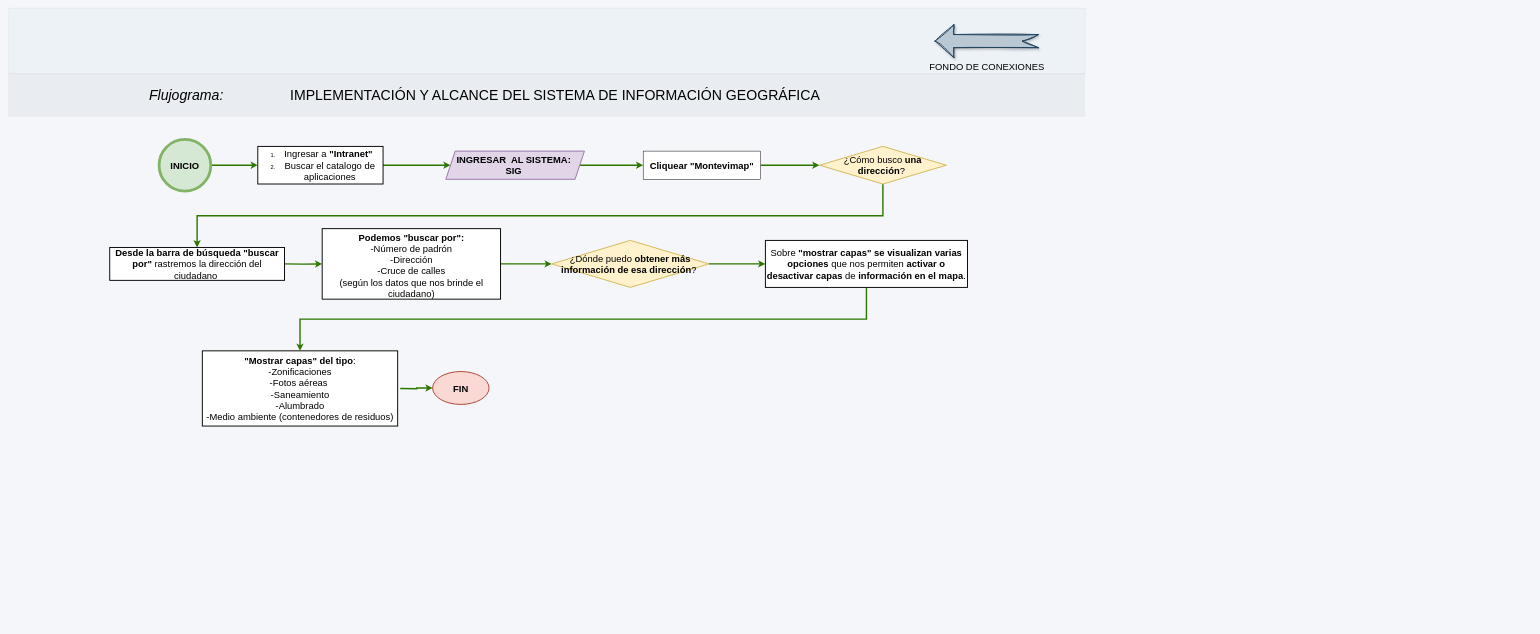
Earlier version of the draw.io diagram page "SIG" (2 of 2) of SANEAMIENTO/SANEAMIENTO.drawio (adlc20/Manual_de_procedimientos_ccz9). Source tidied: cells renumbered, new cells numbered last; positions are measured from the earlier drawing's top-left corner, leaving out a move shared by most shapes. Both pictures are drawn from the tidied source at 47%, with x=0, y=0 at pixel (8, 8).
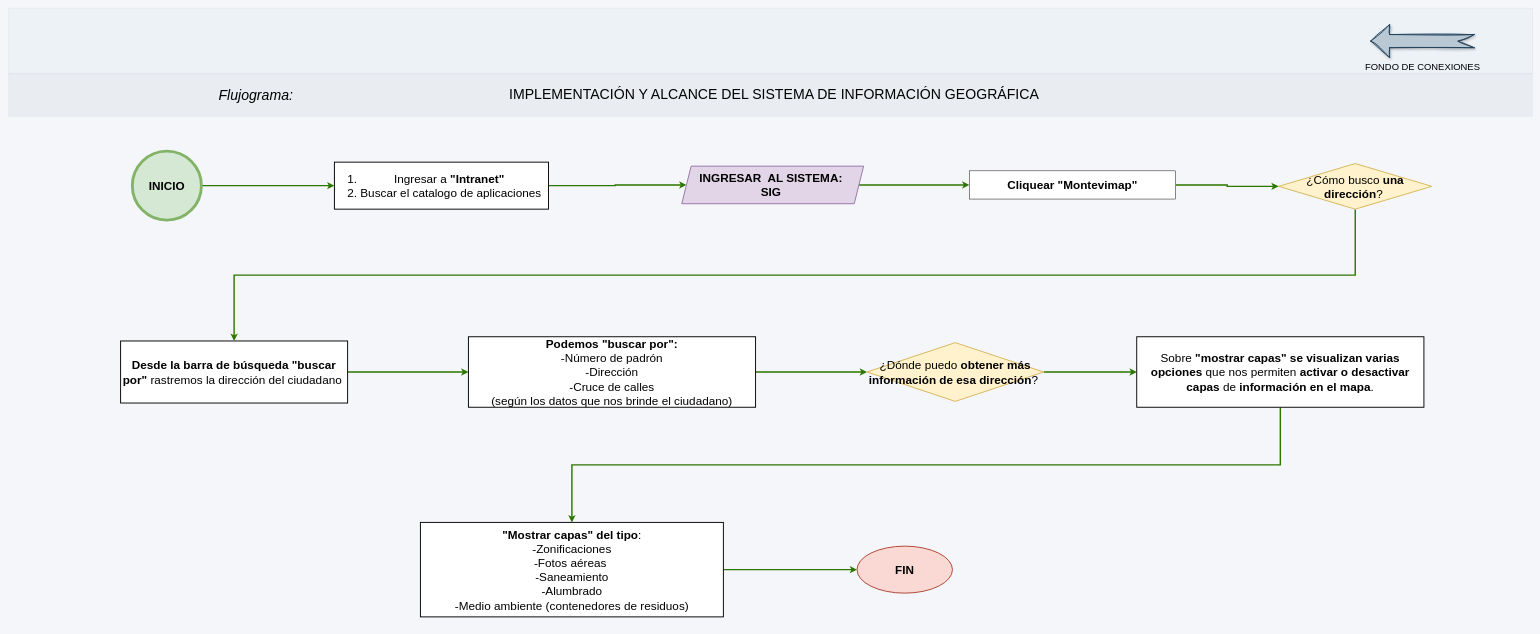
The same diagram, later.

What changed in the source:
```diff
@@
     <mxCell id="2" style="verticalLabelPosition=bottom;verticalAlign=middle;html=1;shape=mxgraph.basic.patternFillRect;step=5;fillStrokeWidth=0.2;fillStrokeColor=#dddddd;fillColor=#EDF2F7;strokeWidth=0;dashed=1;dashPattern=1 4;rounded=1;align=center;fontFamily=Helvetica;fontSize=12;fontColor=#2D3748;" parent="1" vertex="1">
-      <mxGeometry x="1" width="2290" height="140" as="geometry" />
+      <mxGeometry x="1" width="3242" height="140" as="geometry" />
     </mxCell>
     <mxCell id="3" style="verticalLabelPosition=bottom;verticalAlign=top;html=1;shape=mxgraph.basic.patternFillRect;fillStyle=auto;step=5;fillStrokeWidth=0.2;fillStrokeColor=#dddddd;fillColor=#E0E5EB;strokeWidth=0;strokeColor=default;opacity=50;fontColor=#ffffff;shadow=0;comic=0;align=center;fontFamily=Helvetica;fontSize=12;gradientColor=none;" parent="1" vertex="1">
-      <mxGeometry y="139" width="2290" height="91" as="geometry" />
+      <mxGeometry y="139" width="3243" height="91" as="geometry" />
     </mxCell>
     <mxCell id="4" value="&lt;i style=&quot;font-size: 30px;&quot;&gt;Flujograma:&lt;/i&gt;" style="text;html=1;whiteSpace=wrap;strokeColor=none;fillColor=none;align=center;verticalAlign=middle;rounded=0;" parent="1" vertex="1">
-      <mxGeometry x="219" y="169.5" width="320" height="30" as="geometry" />
+      <mxGeometry x="367" y="169.5" width="320" height="30" as="geometry" />
     </mxCell>
     <mxCell id="5" value="&lt;h4&gt;&lt;font style=&quot;font-size: 30px; font-weight: normal;&quot; face=&quot;Helvetica&quot;&gt;&amp;nbsp;IMPLEMENTACIÓN Y ALCANCE DEL SISTEMA DE INFORMACIÓN GEOGRÁFICA&lt;/font&gt;&lt;/h4&gt;" style="text;html=1;whiteSpace=wrap;strokeColor=none;fillColor=none;align=center;verticalAlign=middle;rounded=0;" parent="1" vertex="1">
-      <mxGeometry x="577" y="161" width="1165.1" height="47" as="geometry" />
+      <mxGeometry x="1043" y="158.5" width="1165.1" height="47" as="geometry" />
     </mxCell>
-    <mxCell id="6" style="edgeStyle=orthogonalEdgeStyle;rounded=0;jettySize=auto;html=1;exitX=1;exitY=0.5;exitDx=0;exitDy=0;entryX=0;entryY=0.5;entryDx=0;entryDy=0;fillColor=#60a917;strokeColor=#2D7600;strokeWidth=3;" parent="1" edge="1" source="7" target="15">
+    <mxCell id="6" style="edgeStyle=orthogonalEdgeStyle;rounded=0;jettySize=auto;html=1;exitX=1;exitY=0.5;exitDx=0;exitDy=0;entryX=0;entryY=0.5;entryDx=0;entryDy=0;fillColor=#60a917;strokeColor=#2D7600;strokeWidth=3;fontSize=25;" parent="1" edge="1" source="7" target="15">
       <mxGeometry relative="1" as="geometry" />
     </mxCell>
-    <mxCell id="7" value="&lt;font style=&quot;font-size: 20px;&quot;&gt;&lt;b&gt;Cliquear &quot;Montevimap&quot;&lt;/b&gt;&lt;/font&gt;" style="rounded=0;whiteSpace=wrap;html=1;" parent="1" vertex="1">
-      <mxGeometry x="1351" y="304" width="250" height="60" as="geometry" />
+    <mxCell id="7" value="&lt;font&gt;&lt;b&gt;Cliquear &quot;Montevimap&quot;&lt;/b&gt;&lt;/font&gt;" style="rounded=0;whiteSpace=wrap;html=1;fontSize=25;" parent="1" vertex="1">
+      <mxGeometry x="2045" y="346" width="439" height="60" as="geometry" />
     </mxCell>
-    <mxCell id="8" style="edgeStyle=orthogonalEdgeStyle;rounded=0;jettySize=auto;html=1;exitX=1;exitY=0.5;exitDx=0;exitDy=0;entryX=0;entryY=0.5;entryDx=0;entryDy=0;fillColor=#60a917;strokeColor=#2D7600;strokeWidth=3;" parent="1" edge="1" source="9" target="24">
+    <mxCell id="8" style="edgeStyle=orthogonalEdgeStyle;rounded=0;jettySize=auto;html=1;exitX=1;exitY=0.5;exitDx=0;exitDy=0;entryX=0;entryY=0.5;entryDx=0;entryDy=0;fillColor=#60a917;strokeColor=#2D7600;strokeWidth=3;fontSize=25;" parent="1" edge="1" source="9" target="24">
       <mxGeometry relative="1" as="geometry" />
     </mxCell>
-    <mxCell id="9" value="&lt;ol&gt;&lt;li&gt;&lt;font style=&quot;font-size: 20px;&quot;&gt;Ingresar a &lt;b&gt;&quot;Intranet&quot;&lt;/b&gt;&amp;nbsp;&lt;/font&gt;&lt;/li&gt;&lt;li&gt;&lt;font style=&quot;font-size: 20px;&quot;&gt;Buscar el catalogo de aplicaciones&lt;/font&gt;&lt;/li&gt;&lt;/ol&gt;" style="rounded=0;whiteSpace=wrap;html=1;strokeWidth=2;" parent="1" vertex="1">
-      <mxGeometry x="531" y="294" width="266.5" height="80" as="geometry" />
+    <mxCell id="9" value="&lt;ol&gt;&lt;li&gt;&lt;font&gt;Ingresar a &lt;b&gt;&quot;Intranet&quot;&lt;/b&gt;&amp;nbsp;&lt;/font&gt;&lt;/li&gt;&lt;li&gt;&lt;font&gt;Buscar el catalogo de aplicaciones&lt;/font&gt;&lt;/li&gt;&lt;/ol&gt;" style="rounded=0;whiteSpace=wrap;html=1;strokeWidth=2;fontSize=25;" parent="1" vertex="1">
+      <mxGeometry x="694" y="327.5" width="455.5" height="100" as="geometry" />
     </mxCell>
-    <mxCell id="10" style="edgeStyle=orthogonalEdgeStyle;rounded=0;jettySize=auto;html=1;entryX=0;entryY=0.5;entryDx=0;entryDy=0;fillColor=#60a917;strokeColor=#2D7600;strokeWidth=3;" parent="1" edge="1" target="13">
-      <mxGeometry relative="1" as="geometry">
-        <mxPoint x="586" y="544" as="sourcePoint" />
-      </mxGeometry>
+    <mxCell id="10" style="edgeStyle=orthogonalEdgeStyle;rounded=0;jettySize=auto;html=1;entryX=0;entryY=0.5;entryDx=0;entryDy=0;fillColor=#60a917;strokeColor=#2D7600;strokeWidth=3;fontSize=25;" parent="1" edge="1" source="11" target="13">
+      <mxGeometry relative="1" as="geometry" />
     </mxCell>
-    <mxCell id="11" value="&lt;font style=&quot;font-size: 20px;&quot;&gt;&lt;b&gt;Desde la barra&lt;/b&gt; &lt;b&gt;de búsqueda &quot;buscar por&quot;&lt;/b&gt; rastremos la dirección del ciudadano&amp;nbsp;&lt;/font&gt;" style="rounded=0;whiteSpace=wrap;html=1;strokeWidth=2;" parent="1" vertex="1">
-      <mxGeometry x="216" y="509" width="371.8" height="70" as="geometry" />
+    <mxCell id="11" value="&lt;font&gt;&lt;b&gt;Desde la barra&lt;/b&gt; &lt;b&gt;de búsqueda &quot;buscar por&quot;&lt;/b&gt; rastremos la dirección del ciudadano&amp;nbsp;&lt;/font&gt;" style="rounded=0;whiteSpace=wrap;html=1;strokeWidth=2;fontSize=25;" parent="1" vertex="1">
+      <mxGeometry x="239.1" y="708" width="483" height="132" as="geometry" />
     </mxCell>
-    <mxCell id="12" style="edgeStyle=orthogonalEdgeStyle;rounded=0;jettySize=auto;html=1;exitX=1;exitY=0.5;exitDx=0;exitDy=0;fillColor=#60a917;strokeColor=#2D7600;strokeWidth=3;entryX=0;entryY=0.5;entryDx=0;entryDy=0;" parent="1" edge="1" source="13" target="17">
+    <mxCell id="12" style="edgeStyle=orthogonalEdgeStyle;rounded=0;jettySize=auto;html=1;exitX=1;exitY=0.5;exitDx=0;exitDy=0;fillColor=#60a917;strokeColor=#2D7600;strokeWidth=3;entryX=0;entryY=0.5;entryDx=0;entryDy=0;fontSize=25;" parent="1" edge="1" source="13" target="17">
       <mxGeometry relative="1" as="geometry" />
     </mxCell>
-    <mxCell id="13" value="&lt;div style=&quot;&quot;&gt;&lt;font style=&quot;font-size: 20px;&quot;&gt;&lt;br&gt;&lt;/font&gt;&lt;/div&gt;&lt;div style=&quot;&quot;&gt;&lt;span style=&quot;background-color: transparent; color: light-dark(rgb(0, 0, 0), rgb(255, 255, 255));&quot;&gt;&lt;font style=&quot;font-size: 20px;&quot;&gt;&lt;b&gt;Podemos &quot;buscar por&quot;:&lt;/b&gt;&lt;/font&gt;&lt;/span&gt;&lt;/div&gt;&lt;div style=&quot;&quot;&gt;&lt;font style=&quot;font-size: 20px;&quot;&gt;-Número de padrón&lt;/font&gt;&lt;/div&gt;&lt;div style=&quot;&quot;&gt;&lt;font style=&quot;font-size: 20px;&quot;&gt;-Dirección&lt;/font&gt;&lt;/div&gt;&lt;div style=&quot;&quot;&gt;&lt;font style=&quot;font-size: 20px;&quot;&gt;-Cruce de calles&lt;/font&gt;&lt;/div&gt;&lt;div style=&quot;&quot;&gt;&lt;font style=&quot;font-size: 20px;&quot;&gt;(según los datos que nos brinde el ciudadano)&lt;/font&gt;&lt;/div&gt;&lt;div&gt;&lt;div style=&quot;&quot;&gt;&lt;span style=&quot;font-size: 14px;&quot;&gt;&lt;br&gt;&lt;/span&gt;&lt;/div&gt;&lt;/div&gt;" style="rounded=0;whiteSpace=wrap;html=1;strokeWidth=2;" parent="1" vertex="1">
-      <mxGeometry x="668" y="469" width="379.5" height="150" as="geometry" />
+    <mxCell id="13" value="&lt;div&gt;&lt;font&gt;&lt;br&gt;&lt;/font&gt;&lt;/div&gt;&lt;div&gt;&lt;span style=&quot;background-color: transparent; color: light-dark(rgb(0, 0, 0), rgb(255, 255, 255));&quot;&gt;&lt;font&gt;&lt;b&gt;Podemos &quot;buscar por&quot;:&lt;/b&gt;&lt;/font&gt;&lt;/span&gt;&lt;/div&gt;&lt;div&gt;&lt;font&gt;-Número de padrón&lt;/font&gt;&lt;/div&gt;&lt;div&gt;&lt;font&gt;-Dirección&lt;/font&gt;&lt;/div&gt;&lt;div&gt;&lt;font&gt;-Cruce de calles&lt;/font&gt;&lt;/div&gt;&lt;div&gt;&lt;font&gt;(según los datos que nos brinde el ciudadano)&lt;/font&gt;&lt;/div&gt;&lt;div&gt;&lt;div&gt;&lt;span&gt;&lt;br&gt;&lt;/span&gt;&lt;/div&gt;&lt;/div&gt;" style="rounded=0;whiteSpace=wrap;html=1;strokeWidth=2;fontSize=25;" parent="1" vertex="1">
+      <mxGeometry x="979.1" y="699" width="611" height="150" as="geometry" />
     </mxCell>
-    <mxCell id="14" style="edgeStyle=orthogonalEdgeStyle;rounded=0;jettySize=auto;html=1;exitX=0.5;exitY=1;exitDx=0;exitDy=0;entryX=0.5;entryY=0;entryDx=0;entryDy=0;fillColor=#60a917;strokeColor=#2D7600;strokeWidth=3;" parent="1" edge="1" source="15" target="11">
+    <mxCell id="14" style="edgeStyle=orthogonalEdgeStyle;rounded=0;jettySize=auto;html=1;exitX=0.5;exitY=1;exitDx=0;exitDy=0;entryX=0.5;entryY=0;entryDx=0;entryDy=0;fillColor=#60a917;strokeColor=#2D7600;strokeWidth=3;fontSize=25;" parent="1" edge="1" source="15" target="11">
       <mxGeometry relative="1" as="geometry" />
     </mxCell>
-    <mxCell id="15" value="&lt;font style=&quot;font-size: 20px;&quot;&gt;¿Cómo busco &lt;b&gt;una dirección&lt;/b&gt;?&amp;nbsp;&lt;/font&gt;" style="rhombus;whiteSpace=wrap;html=1;fillColor=#fff2cc;strokeColor=#d6b656;strokeWidth=2;" parent="1" vertex="1">
-      <mxGeometry x="1726" y="294" width="270" height="80" as="geometry" />
+    <mxCell id="15" value="&lt;font&gt;¿Cómo busco &lt;b&gt;una dirección&lt;/b&gt;?&amp;nbsp;&lt;/font&gt;" style="rhombus;whiteSpace=wrap;html=1;fillColor=#fff2cc;strokeColor=#d6b656;strokeWidth=2;fontSize=25;" parent="1" vertex="1">
+      <mxGeometry x="2703" y="330.5" width="326" height="97" as="geometry" />
     </mxCell>
-    <mxCell id="16" style="edgeStyle=orthogonalEdgeStyle;rounded=0;jettySize=auto;html=1;exitX=1;exitY=0.5;exitDx=0;exitDy=0;fillColor=#60a917;strokeColor=#2D7600;strokeWidth=3;entryX=0;entryY=0.5;entryDx=0;entryDy=0;" parent="1" edge="1" source="17" target="19">
+    <mxCell id="16" style="edgeStyle=orthogonalEdgeStyle;rounded=0;jettySize=auto;html=1;exitX=1;exitY=0.5;exitDx=0;exitDy=0;fillColor=#60a917;strokeColor=#2D7600;strokeWidth=3;entryX=0;entryY=0.5;entryDx=0;entryDy=0;fontSize=25;" parent="1" edge="1" source="17" target="19">
       <mxGeometry relative="1" as="geometry" />
     </mxCell>
-    <mxCell id="17" value="&lt;font style=&quot;font-size: 20px;&quot;&gt;¿Dónde puedo &lt;b&gt;obtener más información de esa dirección&lt;/b&gt;?&amp;nbsp;&lt;/font&gt;" style="rhombus;whiteSpace=wrap;html=1;fillColor=#fff2cc;strokeColor=#d6b656;strokeWidth=2;" parent="1" vertex="1">
-      <mxGeometry x="1156.4" y="494" width="334.5" height="100" as="geometry" />
+    <mxCell id="17" value="&lt;font&gt;¿Dónde puedo &lt;b&gt;obtener más información de esa dirección&lt;/b&gt;?&amp;nbsp;&lt;/font&gt;" style="rhombus;whiteSpace=wrap;html=1;fillColor=#fff2cc;strokeColor=#d6b656;strokeWidth=2;fontSize=25;" parent="1" vertex="1">
+      <mxGeometry x="1827.1" y="711.5" width="376" height="125" as="geometry" />
     </mxCell>
-    <mxCell id="18" style="edgeStyle=orthogonalEdgeStyle;rounded=0;jettySize=auto;html=1;exitX=0.5;exitY=1;exitDx=0;exitDy=0;fillColor=#60a917;strokeColor=#2D7600;strokeWidth=3;entryX=0.5;entryY=0;entryDx=0;entryDy=0;" parent="1" edge="1" source="19" target="25">
+    <mxCell id="18" style="edgeStyle=orthogonalEdgeStyle;rounded=0;jettySize=auto;html=1;exitX=0.5;exitY=1;exitDx=0;exitDy=0;fillColor=#60a917;strokeColor=#2D7600;strokeWidth=3;entryX=0.5;entryY=0;entryDx=0;entryDy=0;fontSize=25;" parent="1" edge="1" source="19" target="25">
       <mxGeometry relative="1" as="geometry" />
     </mxCell>
-    <mxCell id="19" value="&lt;div style=&quot;&quot;&gt;&lt;span style=&quot;font-size: 20px;&quot;&gt;&lt;br&gt;&lt;/span&gt;&lt;/div&gt;&lt;div style=&quot;&quot;&gt;&lt;span style=&quot;font-size: 20px;&quot;&gt;Sobre &lt;b&gt;&quot;mostrar capas&quot; se visualizan varias opciones&lt;/b&gt; que nos permiten &lt;b&gt;activar o desactivar capas&lt;/b&gt; de &lt;b&gt;información en el mapa&lt;/b&gt;.&lt;/span&gt;&lt;/div&gt;&lt;div style=&quot;&quot;&gt;&lt;span style=&quot;font-size: 20px;&quot;&gt;&lt;br&gt;&lt;/span&gt;&lt;/div&gt;" style="rounded=0;whiteSpace=wrap;html=1;strokeWidth=2;" parent="1" vertex="1">
-      <mxGeometry x="1611" y="494" width="430" height="100" as="geometry" />
+    <mxCell id="19" value="&lt;div&gt;&lt;span&gt;&lt;br&gt;&lt;/span&gt;&lt;/div&gt;&lt;div&gt;&lt;span&gt;Sobre &lt;b&gt;&quot;mostrar capas&quot; se visualizan varias opciones&lt;/b&gt; que nos permiten &lt;b&gt;activar o desactivar capas&lt;/b&gt; de &lt;b&gt;información en el mapa&lt;/b&gt;.&lt;/span&gt;&lt;/div&gt;&lt;div&gt;&lt;span&gt;&lt;br&gt;&lt;/span&gt;&lt;/div&gt;" style="rounded=0;whiteSpace=wrap;html=1;strokeWidth=2;fontSize=25;" parent="1" vertex="1">
+      <mxGeometry x="2401.1" y="699" width="611" height="150" as="geometry" />
     </mxCell>
-    <mxCell id="20" style="edgeStyle=orthogonalEdgeStyle;rounded=0;jettySize=auto;html=1;exitX=1;exitY=0.5;exitDx=0;exitDy=0;entryX=0;entryY=0.5;entryDx=0;entryDy=0;fillColor=#60a917;strokeColor=#2D7600;strokeWidth=3;" parent="1" edge="1" source="26" target="9">
+    <mxCell id="20" style="edgeStyle=orthogonalEdgeStyle;rounded=0;jettySize=auto;html=1;exitX=1;exitY=0.5;exitDx=0;exitDy=0;entryX=0;entryY=0.5;entryDx=0;entryDy=0;fillColor=#60a917;strokeColor=#2D7600;strokeWidth=3;fontSize=25;" parent="1" edge="1" source="26" target="9">
       <mxGeometry relative="1" as="geometry" />
     </mxCell>
-    <mxCell id="21" style="edgeStyle=orthogonalEdgeStyle;rounded=0;jettySize=auto;html=1;exitX=1;exitY=0.5;exitDx=0;exitDy=0;fillColor=#60a917;strokeColor=#2D7600;strokeWidth=3;" parent="1" edge="1" target="22">
-      <mxGeometry relative="1" as="geometry">
-        <mxPoint x="834" y="809" as="sourcePoint" />
-      </mxGeometry>
+    <mxCell id="21" style="edgeStyle=orthogonalEdgeStyle;rounded=0;jettySize=auto;html=1;fillColor=#60a917;strokeColor=#2D7600;strokeWidth=3;fontSize=25;" parent="1" edge="1" source="25" target="22">
+      <mxGeometry relative="1" as="geometry" />
     </mxCell>
-    <mxCell id="22" value="&lt;font style=&quot;font-size: 20px;&quot;&gt;&lt;b&gt;FIN&lt;/b&gt;&lt;/font&gt;" style="ellipse;whiteSpace=wrap;html=1;fillColor=#fad9d5;strokeColor=#ae4132;strokeWidth=2;" parent="1" vertex="1">
-      <mxGeometry x="903" y="773" width="120" height="70" as="geometry" />
+    <mxCell id="22" value="&lt;font&gt;&lt;b&gt;FIN&lt;/b&gt;&lt;/font&gt;" style="ellipse;whiteSpace=wrap;html=1;fillColor=#fad9d5;strokeColor=#ae4132;strokeWidth=2;fontSize=25;" parent="1" vertex="1">
+      <mxGeometry x="1806" y="1144.5" width="203" height="100" as="geometry" />
     </mxCell>
-    <mxCell id="23" style="edgeStyle=orthogonalEdgeStyle;rounded=0;jettySize=auto;html=1;exitX=1;exitY=0.5;exitDx=0;exitDy=0;entryX=0;entryY=0.5;entryDx=0;entryDy=0;fillColor=#60a917;strokeColor=#2D7600;strokeWidth=3;" parent="1" edge="1" source="24" target="7">
+    <mxCell id="23" style="edgeStyle=orthogonalEdgeStyle;rounded=0;jettySize=auto;html=1;exitX=1;exitY=0.5;exitDx=0;exitDy=0;entryX=0;entryY=0.5;entryDx=0;entryDy=0;fillColor=#60a917;strokeColor=#2D7600;strokeWidth=3;fontSize=25;" parent="1" edge="1" source="24" target="7">
       <mxGeometry relative="1" as="geometry" />
     </mxCell>
-    <mxCell id="24" value="&lt;font style=&quot;font-size: 20px;&quot;&gt;&lt;b&gt;INGRESAR&amp;nbsp; AL SISTEMA:&amp;nbsp;&lt;/b&gt;&lt;/font&gt;&lt;div&gt;&lt;font style=&quot;font-size: 20px;&quot;&gt;&lt;b&gt;SIG&amp;nbsp;&lt;/b&gt;&lt;/font&gt;&lt;/div&gt;" style="shape=parallelogram;perimeter=parallelogramPerimeter;whiteSpace=wrap;html=1;fixedSize=1;fillColor=#e1d5e7;strokeColor=#9673a6;strokeWidth=2;" parent="1" vertex="1">
-      <mxGeometry x="931" y="304" width="295" height="60" as="geometry" />
+    <mxCell id="24" value="&lt;font&gt;&lt;b&gt;INGRESAR&amp;nbsp; AL SISTEMA:&amp;nbsp;&lt;/b&gt;&lt;/font&gt;&lt;div&gt;&lt;font&gt;&lt;b&gt;SIG&amp;nbsp;&lt;/b&gt;&lt;/font&gt;&lt;/div&gt;" style="shape=parallelogram;perimeter=parallelogramPerimeter;whiteSpace=wrap;html=1;fixedSize=1;fillColor=#e1d5e7;strokeColor=#9673a6;strokeWidth=2;fontSize=25;" parent="1" vertex="1">
+      <mxGeometry x="1433" y="336" width="387" height="80" as="geometry" />
     </mxCell>
-    <mxCell id="25" value="&lt;div style=&quot;&quot;&gt;&lt;span style=&quot;font-size: 20px;&quot;&gt;&amp;nbsp;&lt;/span&gt;&lt;/div&gt;&lt;div style=&quot;&quot;&gt;&lt;span style=&quot;font-size: 20px;&quot;&gt;&lt;b&gt;&quot;Mostrar capas&quot; del tipo&lt;/b&gt;:&lt;/span&gt;&lt;/div&gt;&lt;div style=&quot;&quot;&gt;&lt;span style=&quot;font-size: 20px;&quot;&gt;-Zonificaciones&lt;/span&gt;&lt;/div&gt;&lt;div style=&quot;&quot;&gt;&lt;span style=&quot;font-size: 20px;&quot;&gt;-Fotos aéreas&amp;nbsp;&lt;/span&gt;&lt;/div&gt;&lt;div style=&quot;&quot;&gt;&lt;span style=&quot;font-size: 20px;&quot;&gt;-Saneamiento&lt;/span&gt;&lt;/div&gt;&lt;div style=&quot;&quot;&gt;&lt;span style=&quot;font-size: 20px;&quot;&gt;-Alumbrado&lt;/span&gt;&lt;/div&gt;&lt;div style=&quot;&quot;&gt;&lt;span style=&quot;font-size: 20px;&quot;&gt;-Medio ambiente (contenedores de residuos)&lt;/span&gt;&lt;/div&gt;&lt;div style=&quot;&quot;&gt;&lt;span style=&quot;font-size: 20px;&quot;&gt;&lt;br&gt;&lt;/span&gt;&lt;/div&gt;" style="rounded=0;whiteSpace=wrap;html=1;strokeWidth=2;" parent="1" vertex="1">
-      <mxGeometry x="413" y="729" width="415.6" height="160" as="geometry" />
+    <mxCell id="25" value="&lt;div&gt;&lt;span&gt;&amp;nbsp;&lt;/span&gt;&lt;/div&gt;&lt;div&gt;&lt;span&gt;&lt;b&gt;&quot;Mostrar capas&quot; del tipo&lt;/b&gt;:&lt;/span&gt;&lt;/div&gt;&lt;div&gt;&lt;span&gt;-Zonificaciones&lt;/span&gt;&lt;/div&gt;&lt;div&gt;&lt;span&gt;-Fotos aéreas&amp;nbsp;&lt;/span&gt;&lt;/div&gt;&lt;div&gt;&lt;span&gt;-Saneamiento&lt;/span&gt;&lt;/div&gt;&lt;div&gt;&lt;span&gt;-Alumbrado&lt;/span&gt;&lt;/div&gt;&lt;div&gt;&lt;span&gt;-Medio ambiente (contenedores de residuos)&lt;/span&gt;&lt;/div&gt;&lt;div&gt;&lt;span&gt;&lt;br&gt;&lt;/span&gt;&lt;/div&gt;" style="rounded=0;whiteSpace=wrap;html=1;strokeWidth=2;fontSize=25;" parent="1" vertex="1">
+      <mxGeometry x="877" y="1094" width="644.6" height="201" as="geometry" />
     </mxCell>
-    <mxCell id="26" value="&lt;font style=&quot;font-size: 20px;&quot;&gt;&lt;b&gt;INICIO&lt;/b&gt;&lt;/font&gt;" style="ellipse;whiteSpace=wrap;html=1;fillColor=#D5E8D4;strokeColor=#82b366;strokeWidth=6;gradientColor=none;" parent="1" vertex="1">
-      <mxGeometry x="321" y="279" width="110" height="110" as="geometry" />
+    <mxCell id="26" value="&lt;font&gt;&lt;b&gt;INICIO&lt;/b&gt;&lt;/font&gt;" style="ellipse;whiteSpace=wrap;html=1;fillColor=#D5E8D4;strokeColor=#82b366;strokeWidth=6;gradientColor=none;fontSize=25;" parent="1" vertex="1">
+      <mxGeometry x="264" y="304" width="147" height="147" as="geometry" />
     </mxCell>
     <mxCell id="27" value="&lt;font style=&quot;font-size: 20px;&quot;&gt;FONDO DE CONEXIONES&lt;/font&gt;" style="verticalLabelPosition=bottom;verticalAlign=top;html=1;strokeWidth=2;shape=mxgraph.arrows2.arrow;dy=0.6;dx=40;notch=34.11;sketch=1;curveFitting=1;jiggle=2;shadow=1;flipH=1;legacyAnchorPoints=0;fillColor=#bac8d3;strokeColor=#23445d;direction=east;gradientColor=#BAC8D3;" parent="1" vertex="1">
-      <mxGeometry x="1972" y="35" width="220" height="70" as="geometry" />
+      <mxGeometry x="2899" y="35" width="220" height="70" as="geometry" />
     </mxCell>
```
